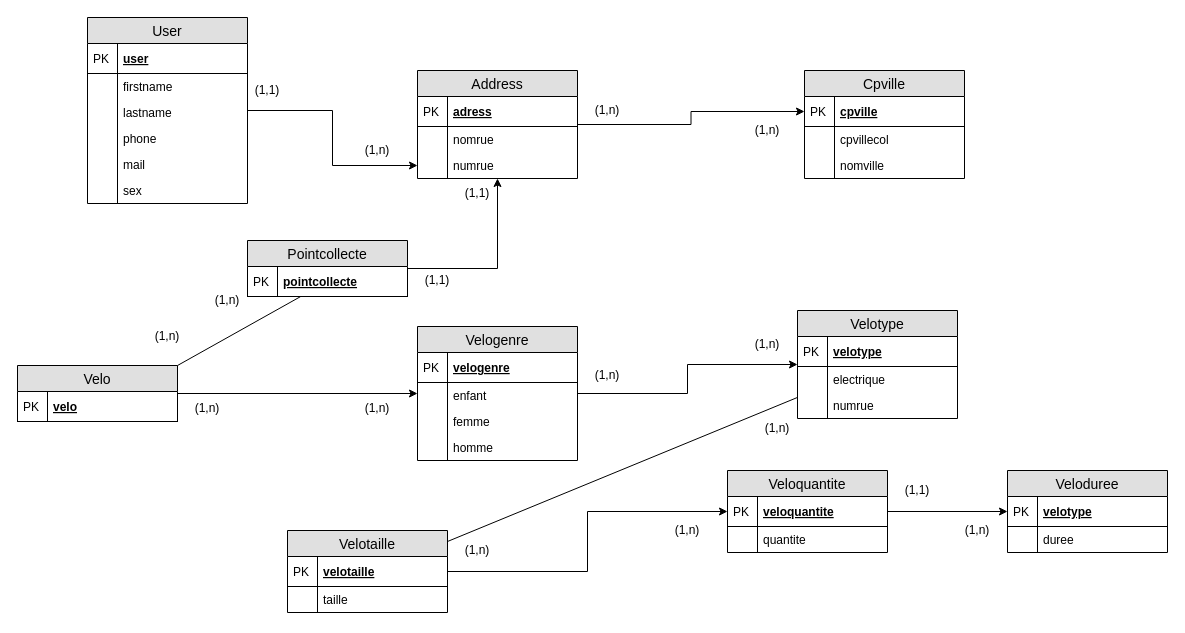
Before: MySQL/Untitled Diagram.drawio in Barrkevin/GithubKevin, a draw.io diagram. Source tidied: cells renumbered, new cells numbered last; positions are measured from the earlier drawing's top-left corner, leaving out a move shared by most shapes. Both pictures are drawn from the tidied source at 100%, with x=0, y=0 at pixel (17, 17).
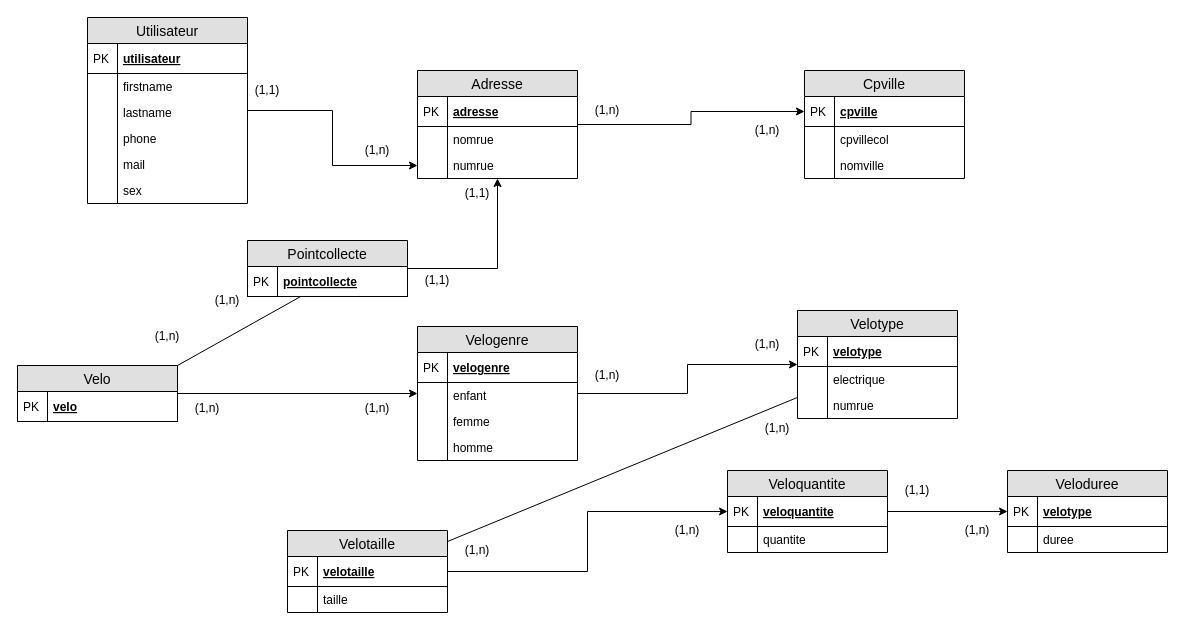
Above is the later version.

What changed in the source:
```diff
@@
-    <mxCell id="3" value="User" style="swimlane;fontStyle=0;horizontal=1;startSize=26;fillColor=#e0e0e0;swimlaneFillColor=#ffffff;align=center;fontSize=14;" parent="1" vertex="1">
+    <mxCell id="3" value="Utilisateur" style="swimlane;fontStyle=0;horizontal=1;startSize=26;fillColor=#e0e0e0;swimlaneFillColor=#ffffff;align=center;fontSize=14;" parent="1" vertex="1">
       <mxGeometry x="70" width="160" height="186" as="geometry" />
     </mxCell>
-    <mxCell id="4" value="user" style="shape=partialRectangle;top=0;left=0;right=0;bottom=1;align=left;verticalAlign=middle;fillColor=none;spacingLeft=34;spacingRight=4;overflow=hidden;fontStyle=5;fontSize=12;" parent="3" vertex="1">
+    <mxCell id="4" value="utilisateur" style="shape=partialRectangle;top=0;left=0;right=0;bottom=1;align=left;verticalAlign=middle;fillColor=none;spacingLeft=34;spacingRight=4;overflow=hidden;fontStyle=5;fontSize=12;" parent="3" vertex="1">
       <mxGeometry y="26" width="160" height="30" as="geometry" />
     </mxCell>
@@
-    <mxCell id="17" value="Address" style="swimlane;fontStyle=0;horizontal=1;startSize=26;fillColor=#e0e0e0;swimlaneFillColor=#ffffff;align=center;fontSize=14;" parent="1" vertex="1">
+    <mxCell id="17" value="Adresse" style="swimlane;fontStyle=0;horizontal=1;startSize=26;fillColor=#e0e0e0;swimlaneFillColor=#ffffff;align=center;fontSize=14;" parent="1" vertex="1">
       <mxGeometry x="400" y="53" width="160" height="108" as="geometry" />
     </mxCell>
-    <mxCell id="18" value="adress" style="shape=partialRectangle;top=0;left=0;right=0;bottom=1;align=left;verticalAlign=middle;fillColor=none;spacingLeft=34;spacingRight=4;overflow=hidden;fontStyle=5;fontSize=12;" parent="17" vertex="1">
+    <mxCell id="18" value="adresse" style="shape=partialRectangle;top=0;left=0;right=0;bottom=1;align=left;verticalAlign=middle;fillColor=none;spacingLeft=34;spacingRight=4;overflow=hidden;fontStyle=5;fontSize=12;" parent="17" vertex="1">
       <mxGeometry y="26" width="160" height="30" as="geometry" />
     </mxCell>
```
